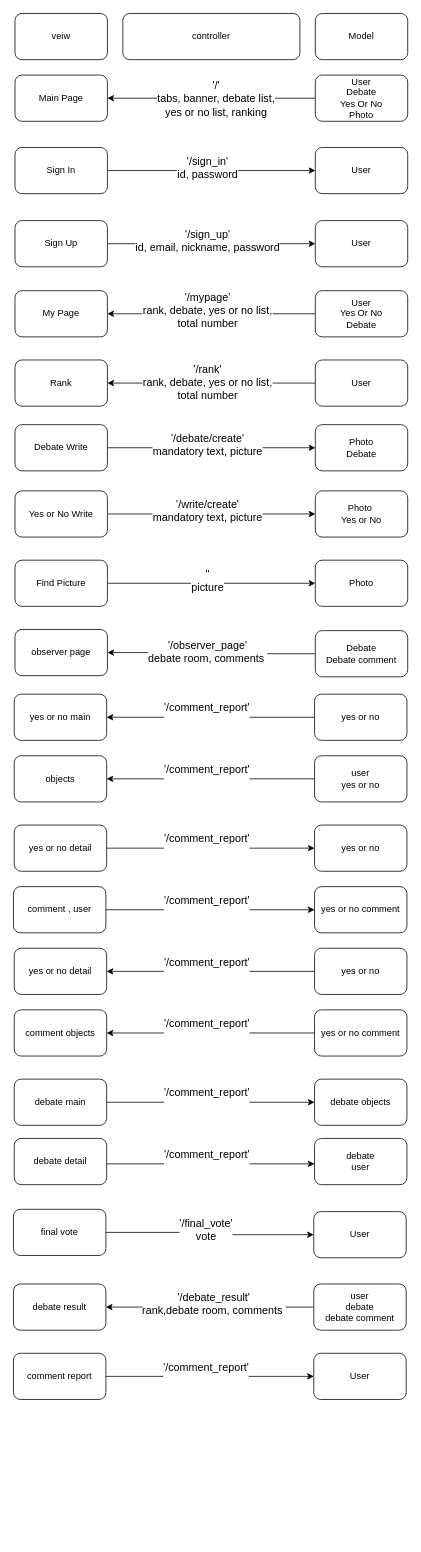
monchana/TalkCraft keeps this draw.io diagram as design_and_planning/controller_full_version.drawio. Above is the earlier version. Source tidied: cells renumbered, new cells numbered last; positions are measured from the earlier drawing's top-left corner, leaving out a move shared by most shapes. Both pictures are drawn from the tidied source at 77%, with x=0, y=0 at pixel (13, 13).
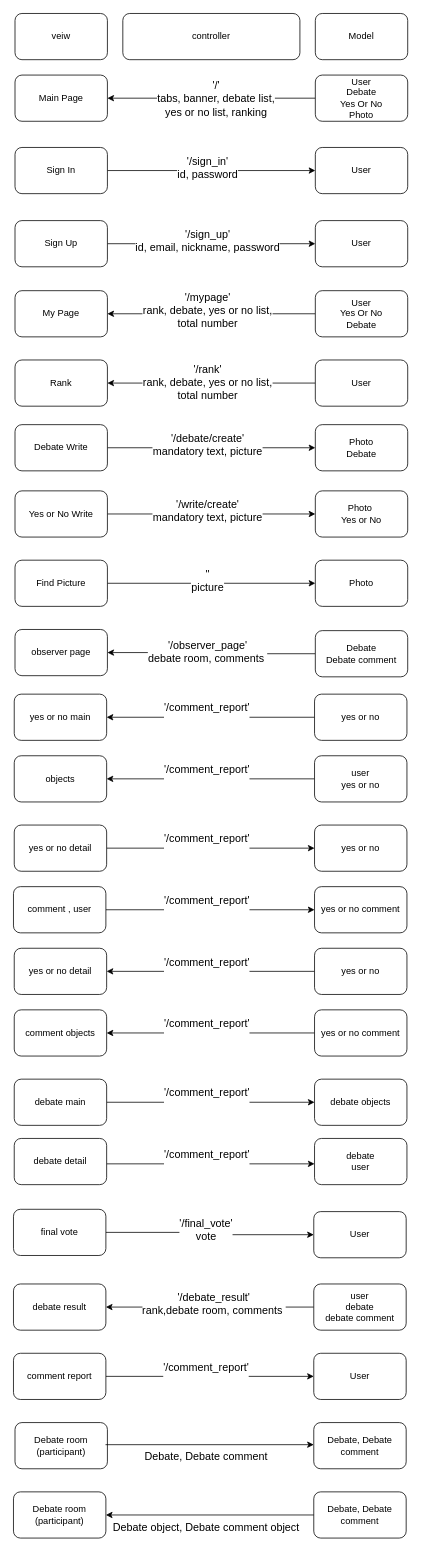
Above is the later version.

The edit, as a diff of the source:
```diff
@@
+    <mxCell id="85" value="Debate room (participant)" style="rounded=1;whiteSpace=wrap;html=1;" parent="1" vertex="1">
+      <mxGeometry x="2" y="1830" width="120" height="60" as="geometry" />
+    </mxCell>
+    <mxCell id="86" value="Debate, Debate comment" style="rounded=1;whiteSpace=wrap;html=1;" parent="1" vertex="1">
+      <mxGeometry x="390" y="1830" width="120" height="60" as="geometry" />
+    </mxCell>
+    <mxCell id="87" value="Debate room (participant)" style="rounded=1;whiteSpace=wrap;html=1;" parent="1" vertex="1">
+      <mxGeometry y="1920" width="120" height="60" as="geometry" />
+    </mxCell>
+    <mxCell id="88" value="Debate, Debate comment" style="rounded=1;whiteSpace=wrap;html=1;" parent="1" vertex="1">
+      <mxGeometry x="390" y="1920" width="120" height="60" as="geometry" />
+    </mxCell>
+    <mxCell id="89" style="edgeStyle=orthogonalEdgeStyle;rounded=0;orthogonalLoop=1;jettySize=auto;html=1;exitX=1;exitY=0.5;exitDx=0;exitDy=0;" parent="1" edge="1">
+      <mxGeometry relative="1" as="geometry">
+        <mxPoint x="119.5" y="1858.7" as="sourcePoint" />
+        <mxPoint x="390" y="1858.7" as="targetPoint" />
+      </mxGeometry>
+    </mxCell>
+    <mxCell id="90" value="Debate, Debate comment&lt;br style=&quot;font-size: 14px&quot;&gt;" style="text;html=1;align=center;verticalAlign=middle;labelBackgroundColor=#ffffff;fontSize=14;" parent="1" vertex="1">
+      <mxGeometry x="289.9" y="1877.4" as="geometry">
+        <mxPoint x="-40" y="-4" as="offset" />
+      </mxGeometry>
+    </mxCell>
+    <mxCell id="91" style="edgeStyle=orthogonalEdgeStyle;rounded=0;jettySize=auto;html=1;exitX=0;exitY=0.5;exitDx=0;exitDy=0;entryX=1;entryY=0.5;entryDx=0;entryDy=0;" parent="1" edge="1" source="88" target="87">
+      <mxGeometry relative="1" as="geometry" />
+    </mxCell>
+    <mxCell id="92" value="Debate object, Debate comment object&lt;br style=&quot;font-size: 14px&quot;&gt;" style="text;html=1;align=center;verticalAlign=middle;labelBackgroundColor=#ffffff;fontSize=14;" parent="1" vertex="1">
+      <mxGeometry x="289.9" y="1969.9" as="geometry">
+        <mxPoint x="-40" y="-4" as="offset" />
+      </mxGeometry>
+    </mxCell>
```
